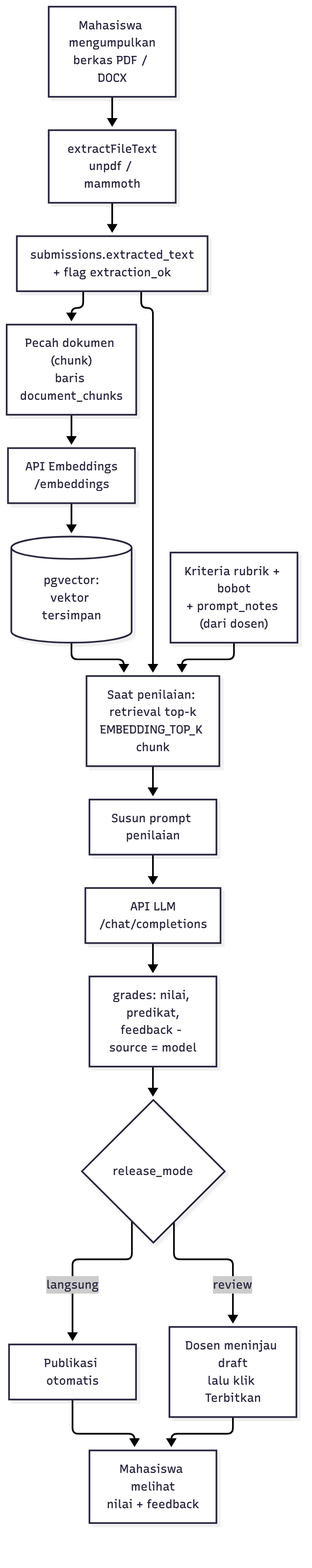
The Mermaid diagram docs/flows/02-ai-grading.png in hansputera/umbima-smt1-tugas-generativeai, before a commit. Its source is kept beside it as docs/flows/02-ai-grading.mmd.
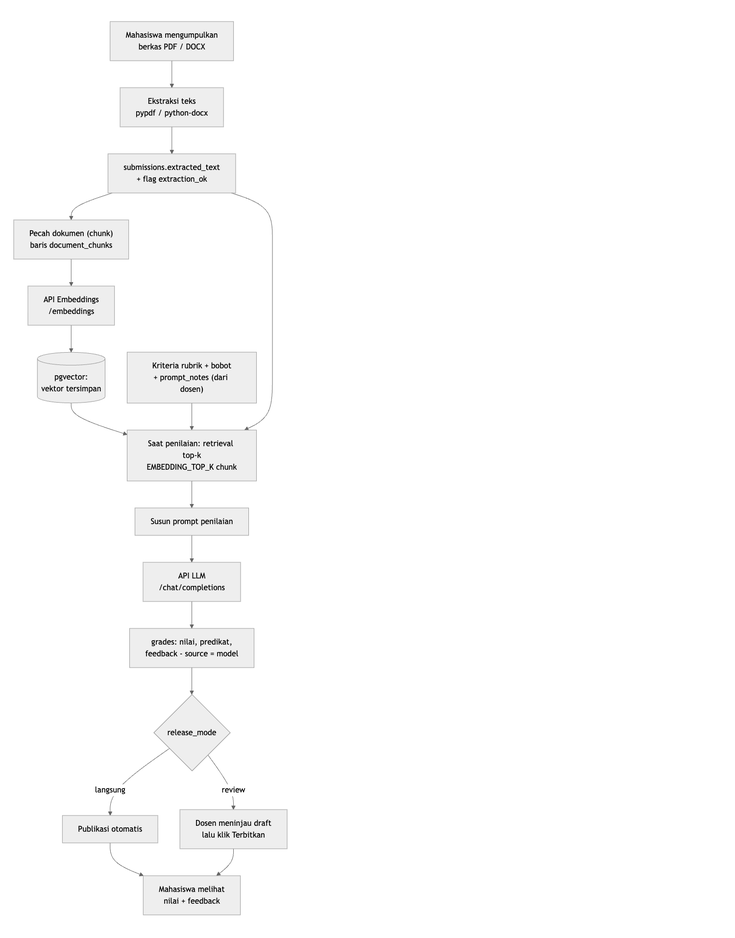
The same file after the commit.

What changed in the source:
```diff
@@ -1,5 +1,5 @@
 flowchart TB
-  A["Mahasiswa mengumpulkan<br/>berkas PDF / DOCX"] --> B["extractFileText<br/>unpdf / mammoth"]
+  A["Mahasiswa mengumpulkan<br/>berkas PDF / DOCX"] --> B["Ekstraksi teks<br/>pypdf / python-docx"]
   B --> C["submissions.extracted_text<br/>+ flag extraction_ok"]
   C --> D["Pecah dokumen (chunk)<br/>baris document_chunks"]
   D --> E["API Embeddings<br/>/embeddings"]
```
